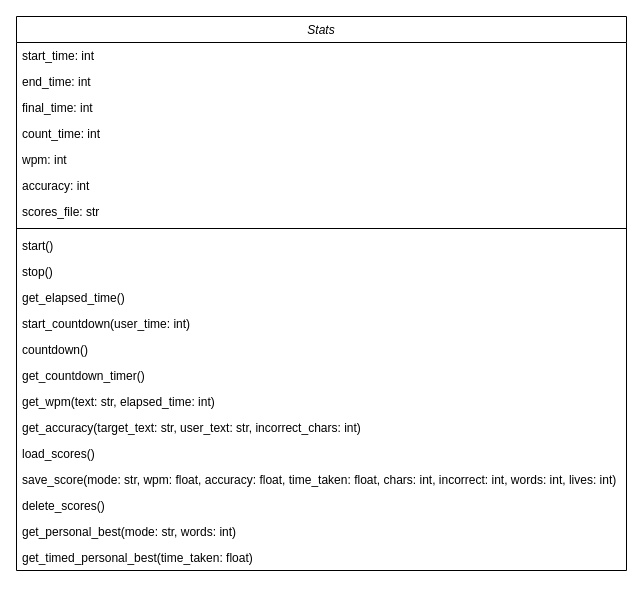
Bxnetic/wahtype keeps this draw.io diagram as diagrams/classes/statsClass.drawio. Above is the earlier version. Source tidied: cells renumbered, new cells numbered last; positions are measured from the earlier drawing's top-left corner, leaving out a move shared by most shapes. Both pictures are drawn from the tidied source at 100%, with x=0, y=0 at pixel (16, 16).
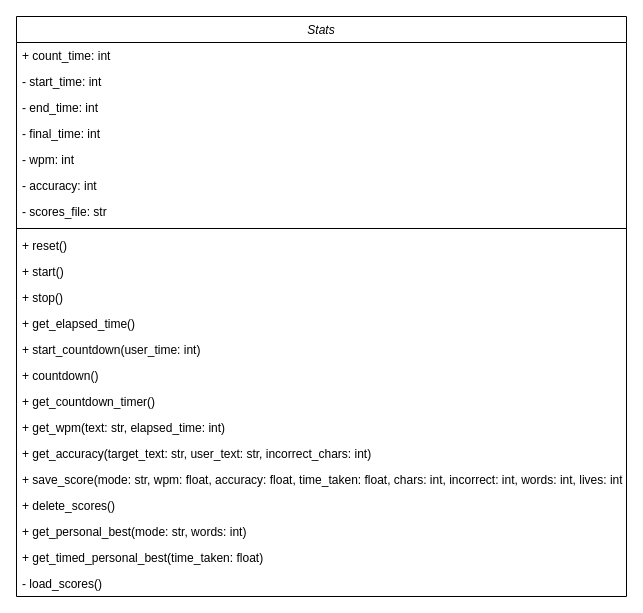
The same page after the edit.

What changed in the source:
```diff
@@
     <mxCell id="2" value="Stats" style="swimlane;fontStyle=2;align=center;verticalAlign=top;horizontal=1;startSize=26;rounded=0;shadow=0;strokeWidth=1;" parent="1" vertex="1">
-      <mxGeometry width="610" height="554" as="geometry" />
+      <mxGeometry width="610" height="580" as="geometry" />
     </mxCell>
+    <mxCell id="6" value="+ count_time: int" style="text;align=left;verticalAlign=top;spacingLeft=4;spacingRight=4;overflow=hidden;rounded=0;shadow=0;html=0;" parent="2" vertex="1">
+      <mxGeometry y="26" width="610" height="26" as="geometry" />
+    </mxCell>
-    <mxCell id="3" value="start_time: int" style="text;align=left;verticalAlign=top;spacingLeft=4;spacingRight=4;overflow=hidden;" parent="2" vertex="1">
-      <mxGeometry y="26" width="610" height="26" as="geometry" />
+    <mxCell id="3" value="- start_time: int" style="text;align=left;verticalAlign=top;spacingLeft=4;spacingRight=4;overflow=hidden;" parent="2" vertex="1">
+      <mxGeometry y="52" width="610" height="26" as="geometry" />
     </mxCell>
-    <mxCell id="4" value="end_time: int" style="text;align=left;verticalAlign=top;spacingLeft=4;spacingRight=4;overflow=hidden;rounded=0;shadow=0;html=0;" parent="2" vertex="1">
-      <mxGeometry y="52" width="610" height="26" as="geometry" />
+    <mxCell id="4" value="- end_time: int" style="text;align=left;verticalAlign=top;spacingLeft=4;spacingRight=4;overflow=hidden;rounded=0;shadow=0;html=0;" parent="2" vertex="1">
+      <mxGeometry y="78" width="610" height="26" as="geometry" />
     </mxCell>
-    <mxCell id="5" value="final_time: int" style="text;align=left;verticalAlign=top;spacingLeft=4;spacingRight=4;overflow=hidden;rounded=0;shadow=0;html=0;" parent="2" vertex="1">
-      <mxGeometry y="78" width="610" height="26" as="geometry" />
+    <mxCell id="5" value="- final_time: int" style="text;align=left;verticalAlign=top;spacingLeft=4;spacingRight=4;overflow=hidden;rounded=0;shadow=0;html=0;" parent="2" vertex="1">
+      <mxGeometry y="104" width="610" height="26" as="geometry" />
     </mxCell>
-    <mxCell id="6" value="count_time: int" style="text;align=left;verticalAlign=top;spacingLeft=4;spacingRight=4;overflow=hidden;rounded=0;shadow=0;html=0;" parent="2" vertex="1">
-      <mxGeometry y="104" width="610" height="26" as="geometry" />
-    </mxCell>
-    <mxCell id="7" value="wpm: int" style="text;align=left;verticalAlign=top;spacingLeft=4;spacingRight=4;overflow=hidden;rounded=0;shadow=0;html=0;" parent="2" vertex="1">
+    <mxCell id="7" value="- wpm: int" style="text;align=left;verticalAlign=top;spacingLeft=4;spacingRight=4;overflow=hidden;rounded=0;shadow=0;html=0;" parent="2" vertex="1">
       <mxGeometry y="130" width="610" height="26" as="geometry" />
     </mxCell>
-    <mxCell id="8" value="accuracy: int" style="text;align=left;verticalAlign=top;spacingLeft=4;spacingRight=4;overflow=hidden;rounded=0;shadow=0;html=0;" parent="2" vertex="1">
+    <mxCell id="8" value="- accuracy: int" style="text;align=left;verticalAlign=top;spacingLeft=4;spacingRight=4;overflow=hidden;rounded=0;shadow=0;html=0;" parent="2" vertex="1">
       <mxGeometry y="156" width="610" height="26" as="geometry" />
     </mxCell>
-    <mxCell id="9" value="scores_file: str" style="text;align=left;verticalAlign=top;spacingLeft=4;spacingRight=4;overflow=hidden;rounded=0;shadow=0;html=0;" parent="2" vertex="1">
+    <mxCell id="9" value="- scores_file: str" style="text;align=left;verticalAlign=top;spacingLeft=4;spacingRight=4;overflow=hidden;rounded=0;shadow=0;html=0;" parent="2" vertex="1">
       <mxGeometry y="182" width="610" height="26" as="geometry" />
     </mxCell>
@@
+    <mxCell id="24" value="+ reset()" style="text;align=left;verticalAlign=top;spacingLeft=4;spacingRight=4;overflow=hidden;" parent="2" vertex="1">
+      <mxGeometry y="216" width="610" height="26" as="geometry" />
+    </mxCell>
-    <mxCell id="11" value="start()" style="text;align=left;verticalAlign=top;spacingLeft=4;spacingRight=4;overflow=hidden;" parent="2" vertex="1">
-      <mxGeometry y="216" width="610" height="26" as="geometry" />
+    <mxCell id="11" value="+ start()" style="text;align=left;verticalAlign=top;spacingLeft=4;spacingRight=4;overflow=hidden;" parent="2" vertex="1">
+      <mxGeometry y="242" width="610" height="26" as="geometry" />
     </mxCell>
-    <mxCell id="12" value="stop()" style="text;align=left;verticalAlign=top;spacingLeft=4;spacingRight=4;overflow=hidden;" parent="2" vertex="1">
-      <mxGeometry y="242" width="610" height="26" as="geometry" />
+    <mxCell id="12" value="+ stop()" style="text;align=left;verticalAlign=top;spacingLeft=4;spacingRight=4;overflow=hidden;" parent="2" vertex="1">
+      <mxGeometry y="268" width="610" height="26" as="geometry" />
     </mxCell>
-    <mxCell id="13" value="get_elapsed_time()" style="text;align=left;verticalAlign=top;spacingLeft=4;spacingRight=4;overflow=hidden;" parent="2" vertex="1">
-      <mxGeometry y="268" width="610" height="26" as="geometry" />
+    <mxCell id="13" value="+ get_elapsed_time()" style="text;align=left;verticalAlign=top;spacingLeft=4;spacingRight=4;overflow=hidden;" parent="2" vertex="1">
+      <mxGeometry y="294" width="610" height="26" as="geometry" />
     </mxCell>
-    <mxCell id="14" value="start_countdown(user_time: int)" style="text;align=left;verticalAlign=top;spacingLeft=4;spacingRight=4;overflow=hidden;" parent="2" vertex="1">
-      <mxGeometry y="294" width="610" height="26" as="geometry" />
+    <mxCell id="14" value="+ start_countdown(user_time: int)" style="text;align=left;verticalAlign=top;spacingLeft=4;spacingRight=4;overflow=hidden;" parent="2" vertex="1">
+      <mxGeometry y="320" width="610" height="26" as="geometry" />
     </mxCell>
-    <mxCell id="15" value="countdown()" style="text;align=left;verticalAlign=top;spacingLeft=4;spacingRight=4;overflow=hidden;" parent="2" vertex="1">
-      <mxGeometry y="320" width="610" height="26" as="geometry" />
+    <mxCell id="15" value="+ countdown()" style="text;align=left;verticalAlign=top;spacingLeft=4;spacingRight=4;overflow=hidden;" parent="2" vertex="1">
+      <mxGeometry y="346" width="610" height="26" as="geometry" />
     </mxCell>
-    <mxCell id="16" value="get_countdown_timer()" style="text;align=left;verticalAlign=top;spacingLeft=4;spacingRight=4;overflow=hidden;" parent="2" vertex="1">
-      <mxGeometry y="346" width="610" height="26" as="geometry" />
+    <mxCell id="16" value="+ get_countdown_timer()" style="text;align=left;verticalAlign=top;spacingLeft=4;spacingRight=4;overflow=hidden;" parent="2" vertex="1">
+      <mxGeometry y="372" width="610" height="26" as="geometry" />
     </mxCell>
-    <mxCell id="17" value="get_wpm(text: str, elapsed_time: int)" style="text;align=left;verticalAlign=top;spacingLeft=4;spacingRight=4;overflow=hidden;" parent="2" vertex="1">
-      <mxGeometry y="372" width="610" height="26" as="geometry" />
+    <mxCell id="17" value="+ get_wpm(text: str, elapsed_time: int)" style="text;align=left;verticalAlign=top;spacingLeft=4;spacingRight=4;overflow=hidden;" parent="2" vertex="1">
+      <mxGeometry y="398" width="610" height="26" as="geometry" />
     </mxCell>
-    <mxCell id="18" value="get_accuracy(target_text: str, user_text: str, incorrect_chars: int)" style="text;align=left;verticalAlign=top;spacingLeft=4;spacingRight=4;overflow=hidden;" parent="2" vertex="1">
-      <mxGeometry y="398" width="610" height="26" as="geometry" />
+    <mxCell id="18" value="+ get_accuracy(target_text: str, user_text: str, incorrect_chars: int)" style="text;align=left;verticalAlign=top;spacingLeft=4;spacingRight=4;overflow=hidden;" parent="2" vertex="1">
+      <mxGeometry y="424" width="610" height="26" as="geometry" />
     </mxCell>
-    <mxCell id="19" value="load_scores()" style="text;align=left;verticalAlign=top;spacingLeft=4;spacingRight=4;overflow=hidden;" parent="2" vertex="1">
-      <mxGeometry y="424" width="610" height="26" as="geometry" />
-    </mxCell>
-    <mxCell id="20" value="save_score(mode: str, wpm: float, accuracy: float, time_taken: float, chars: int, incorrect: int, words: int, lives: int)" style="text;align=left;verticalAlign=top;spacingLeft=4;spacingRight=4;overflow=hidden;" parent="2" vertex="1">
+    <mxCell id="20" value="+ save_score(mode: str, wpm: float, accuracy: float, time_taken: float, chars: int, incorrect: int, words: int, lives: int)" style="text;align=left;verticalAlign=top;spacingLeft=4;spacingRight=4;overflow=hidden;" parent="2" vertex="1">
       <mxGeometry y="450" width="610" height="26" as="geometry" />
     </mxCell>
-    <mxCell id="21" value="delete_scores()" style="text;align=left;verticalAlign=top;spacingLeft=4;spacingRight=4;overflow=hidden;" parent="2" vertex="1">
+    <mxCell id="21" value="+ delete_scores()" style="text;align=left;verticalAlign=top;spacingLeft=4;spacingRight=4;overflow=hidden;" parent="2" vertex="1">
       <mxGeometry y="476" width="610" height="26" as="geometry" />
     </mxCell>
-    <mxCell id="22" value="get_personal_best(mode: str, words: int)" style="text;align=left;verticalAlign=top;spacingLeft=4;spacingRight=4;overflow=hidden;" parent="2" vertex="1">
+    <mxCell id="22" value="+ get_personal_best(mode: str, words: int)" style="text;align=left;verticalAlign=top;spacingLeft=4;spacingRight=4;overflow=hidden;" parent="2" vertex="1">
       <mxGeometry y="502" width="610" height="26" as="geometry" />
     </mxCell>
-    <mxCell id="23" value="get_timed_personal_best(time_taken: float)" style="text;align=left;verticalAlign=top;spacingLeft=4;spacingRight=4;overflow=hidden;" parent="2" vertex="1">
+    <mxCell id="23" value="+ get_timed_personal_best(time_taken: float)" style="text;align=left;verticalAlign=top;spacingLeft=4;spacingRight=4;overflow=hidden;" parent="2" vertex="1">
       <mxGeometry y="528" width="610" height="26" as="geometry" />
     </mxCell>
+    <mxCell id="19" value="- load_scores()" style="text;align=left;verticalAlign=top;spacingLeft=4;spacingRight=4;overflow=hidden;" parent="2" vertex="1">
+      <mxGeometry y="554" width="610" height="26" as="geometry" />
+    </mxCell>
```
